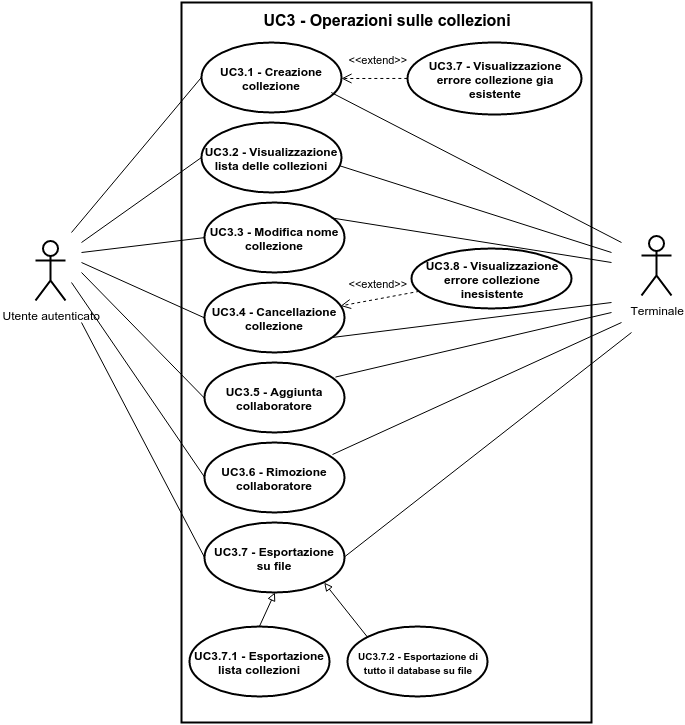
Before: img/UseCases/UC3.png, a diagram exported from draw.io (ScalateKids/Actorbase-Documents). Source tidied: cells renumbered, new cells last; positions are measured from the earlier drawing's top-left corner, leaving out a move shared by most shapes.
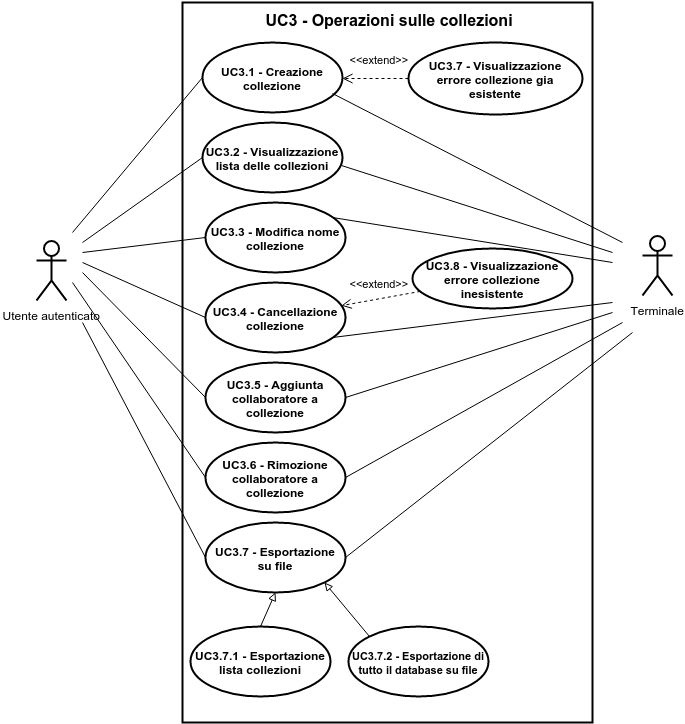
The same diagram one commit later.

Change to the diagram source:
```diff
@@ -5,138 +5,138 @@
     <mxCell id="2" style="html=1;shadow=0;glass=0;strokeWidth=2;fillColor=none;" parent="1" vertex="1">
       <mxGeometry x="146" width="410" height="720" as="geometry" />
     </mxCell>
-    <mxCell id="3" value="Utente autenticato" style="shape=umlActor;verticalLabelPosition=bottom;labelBackgroundColor=#ffffff;verticalAlign=top;html=1;shadow=0;glass=0;strokeWidth=2;fillColor=none;" parent="1" vertex="1">
-      <mxGeometry y="238" width="30" height="60" as="geometry" />
+    <mxCell id="3" value="&lt;b&gt;UC3.2 - Visualizzazione lista delle collezioni&lt;/b&gt;" style="ellipse;whiteSpace=wrap;html=1;shadow=0;glass=0;strokeWidth=2;fillColor=none;" parent="1" vertex="1">
+      <mxGeometry x="166" y="120" width="140" height="70" as="geometry" />
     </mxCell>
-    <mxCell id="4" value="&lt;b&gt;UC3.2 - Visualizzazione lista delle collezioni&lt;/b&gt;" style="ellipse;whiteSpace=wrap;html=1;shadow=0;glass=0;strokeWidth=2;fillColor=none;" parent="1" vertex="1">
-      <mxGeometry x="166" y="120" width="140" height="70" as="geometry" />
+    <mxCell id="4" value="&lt;b&gt;UC3.3 - Modifica nome collezione&lt;/b&gt;" style="ellipse;whiteSpace=wrap;html=1;shadow=0;glass=0;strokeWidth=2;fillColor=none;" parent="1" vertex="1">
+      <mxGeometry x="169" y="200" width="140" height="70" as="geometry" />
     </mxCell>
-    <mxCell id="5" value="&lt;b&gt;UC3.3 - Modifica nome collezione&lt;/b&gt;" style="ellipse;whiteSpace=wrap;html=1;shadow=0;glass=0;strokeWidth=2;fillColor=none;" parent="1" vertex="1">
-      <mxGeometry x="169" y="200" width="140" height="70" as="geometry" />
+    <mxCell id="5" value="&lt;b&gt;UC3.4 - Cancellazione collezione&lt;/b&gt;" style="ellipse;whiteSpace=wrap;html=1;shadow=0;glass=0;strokeWidth=2;fillColor=none;" parent="1" vertex="1">
+      <mxGeometry x="169" y="280" width="140" height="70" as="geometry" />
     </mxCell>
-    <mxCell id="6" value="&lt;b&gt;UC3.4 - Cancellazione collezione&lt;/b&gt;" style="ellipse;whiteSpace=wrap;html=1;shadow=0;glass=0;strokeWidth=2;fillColor=none;" parent="1" vertex="1">
-      <mxGeometry x="169" y="280" width="140" height="70" as="geometry" />
+    <mxCell id="6" value="&lt;b&gt;UC3.5 - Aggiunta collaboratore a collezione&lt;/b&gt;" style="ellipse;whiteSpace=wrap;html=1;shadow=0;glass=0;strokeWidth=2;fillColor=none;" parent="1" vertex="1">
+      <mxGeometry x="169" y="360" width="140" height="70" as="geometry" />
     </mxCell>
-    <mxCell id="7" value="&lt;b&gt;UC3.5 - Aggiunta collaboratore&lt;/b&gt;" style="ellipse;whiteSpace=wrap;html=1;shadow=0;glass=0;strokeWidth=2;fillColor=none;" parent="1" vertex="1">
-      <mxGeometry x="169" y="360" width="140" height="70" as="geometry" />
+    <mxCell id="7" value="&lt;b&gt;UC3.6 - Rimozione collaboratore a collezione&lt;/b&gt;" style="ellipse;whiteSpace=wrap;html=1;shadow=0;glass=0;strokeWidth=2;fillColor=none;" parent="1" vertex="1">
+      <mxGeometry x="169" y="440" width="140" height="70" as="geometry" />
     </mxCell>
-    <mxCell id="8" value="&lt;b&gt;UC3.6 - Rimozione collaboratore&lt;/b&gt;" style="ellipse;whiteSpace=wrap;html=1;shadow=0;glass=0;strokeWidth=2;fillColor=none;" parent="1" vertex="1">
-      <mxGeometry x="169" y="440" width="140" height="70" as="geometry" />
+    <mxCell id="8" value="&lt;b&gt;UC3.1 - Creazione collezione&lt;/b&gt;" style="ellipse;whiteSpace=wrap;html=1;shadow=0;glass=0;strokeWidth=2;fillColor=none;" parent="1" vertex="1">
+      <mxGeometry x="166" y="40" width="140" height="70" as="geometry" />
     </mxCell>
-    <mxCell id="9" value="&lt;b&gt;UC3.1 - Creazione collezione&lt;/b&gt;" style="ellipse;whiteSpace=wrap;html=1;shadow=0;glass=0;strokeWidth=2;fillColor=none;" parent="1" vertex="1">
-      <mxGeometry x="166" y="40" width="140" height="70" as="geometry" />
+    <mxCell id="9" style="endArrow=none;html=1;entryX=0;entryY=0.5;" parent="1" edge="1" target="8">
+      <mxGeometry x="440" y="-745" as="geometry">
+        <mxPoint x="36" y="230" as="sourcePoint" />
+      </mxGeometry>
     </mxCell>
-    <mxCell id="10" style="endArrow=none;html=1;entryX=0;entryY=0.5;" parent="1" edge="1" target="9">
-      <mxGeometry x="440" y="-745.5" as="geometry">
-        <mxPoint x="36" y="230" as="sourcePoint" />
+    <mxCell id="10" style="endArrow=none;html=1;entryX=0;entryY=0.5;" parent="1" edge="1" target="3">
+      <mxGeometry x="450" y="-665" as="geometry">
+        <mxPoint x="46" y="240" as="sourcePoint" />
       </mxGeometry>
     </mxCell>
     <mxCell id="11" style="endArrow=none;html=1;entryX=0;entryY=0.5;" parent="1" edge="1" target="4">
-      <mxGeometry x="450" y="-665.2" as="geometry">
-        <mxPoint x="46" y="240" as="sourcePoint" />
+      <mxGeometry x="450" y="-585" as="geometry">
+        <mxPoint x="46" y="250" as="sourcePoint" />
       </mxGeometry>
     </mxCell>
     <mxCell id="12" style="endArrow=none;html=1;entryX=0;entryY=0.5;" parent="1" edge="1" target="5">
-      <mxGeometry x="450" y="-584.9" as="geometry">
-        <mxPoint x="46" y="250" as="sourcePoint" />
+      <mxGeometry x="450" y="-560" as="geometry">
+        <mxPoint x="46" y="260" as="sourcePoint" />
       </mxGeometry>
     </mxCell>
     <mxCell id="13" style="endArrow=none;html=1;entryX=0;entryY=0.5;" parent="1" edge="1" target="6">
-      <mxGeometry x="450" y="-560" as="geometry">
-        <mxPoint x="46" y="260" as="sourcePoint" />
+      <mxGeometry x="450" y="-550" as="geometry">
+        <mxPoint x="46" y="270" as="sourcePoint" />
       </mxGeometry>
     </mxCell>
     <mxCell id="14" style="endArrow=none;html=1;entryX=0;entryY=0.5;" parent="1" edge="1" target="7">
-      <mxGeometry x="450" y="-550" as="geometry">
-        <mxPoint x="46" y="270" as="sourcePoint" />
+      <mxGeometry x="440" y="-540" as="geometry">
+        <mxPoint x="36" y="280" as="sourcePoint" />
       </mxGeometry>
     </mxCell>
-    <mxCell id="15" style="endArrow=none;html=1;entryX=0;entryY=0.5;" parent="1" edge="1" target="8">
-      <mxGeometry x="440" y="-540" as="geometry">
-        <mxPoint x="36" y="280" as="sourcePoint" />
-      </mxGeometry>
+    <mxCell id="15" value="&lt;font style=&quot;font-size: 16px&quot;&gt;UC3 - Operazioni sulle collezioni&lt;/font&gt;" style="text;html=1;strokeColor=none;fillColor=none;align=center;verticalAlign=middle;whiteSpace=wrap;overflow=hidden;fontStyle=1;" parent="1" vertex="1">
+      <mxGeometry x="216" y="4" width="270" height="25" as="geometry" />
     </mxCell>
-    <mxCell id="16" value="&lt;font style=&quot;font-size: 16px&quot;&gt;UC3 - Operazioni sulle collezioni&lt;/font&gt;" style="text;html=1;strokeColor=none;fillColor=none;align=center;verticalAlign=middle;whiteSpace=wrap;overflow=hidden;fontStyle=1;" parent="1" vertex="1">
-      <mxGeometry x="216" y="4" width="270" height="25" as="geometry" />
+    <mxCell id="16" style="edgeStyle=orthogonalEdgeStyle;rounded=0;html=1;exitX=0.5;exitY=0.5;exitPerimeter=0;entryX=0.5;entryY=0.5;entryPerimeter=0;jettySize=auto;orthogonalLoop=1;" parent="1" edge="1" source="36" target="36">
+      <mxGeometry x="419" y="-552" as="geometry" />
     </mxCell>
-    <mxCell id="17" style="edgeStyle=orthogonalEdgeStyle;rounded=0;html=1;exitX=0.5;exitY=0.5;exitPerimeter=0;entryX=0.5;entryY=0.5;entryPerimeter=0;jettySize=auto;orthogonalLoop=1;" parent="1" edge="1" source="3" target="3">
-      <mxGeometry x="419.5" y="-552.5" as="geometry" />
+    <mxCell id="17" value="&lt;b&gt;UC3.7 - Visualizzazione errore collezione gia esistente&lt;/b&gt;" style="ellipse;whiteSpace=wrap;html=1;shadow=0;glass=0;strokeWidth=2;fillColor=none;" parent="1" vertex="1">
+      <mxGeometry x="372" y="40" width="174" height="72" as="geometry" />
     </mxCell>
-    <mxCell id="18" value="&lt;b&gt;UC3.7 - Visualizzazione errore collezione gia esistente&lt;/b&gt;" style="ellipse;whiteSpace=wrap;html=1;shadow=0;glass=0;strokeWidth=2;fillColor=none;" parent="1" vertex="1">
-      <mxGeometry x="372" y="40" width="174" height="72" as="geometry" />
+    <mxCell id="18" value="&amp;lt;&amp;lt;extend&amp;gt;&amp;gt;" style="html=1;verticalAlign=bottom;endArrow=open;dashed=1;endSize=8;strokeWidth=1;exitX=0;exitY=0.5;" parent="1" edge="1" source="17">
+      <mxGeometry x="710" y="-744" as="geometry">
+        <mxPoint x="306" y="76" as="targetPoint" />
+      </mxGeometry>
     </mxCell>
-    <mxCell id="19" value="&amp;lt;&amp;lt;extend&amp;gt;&amp;gt;" style="html=1;verticalAlign=bottom;endArrow=open;dashed=1;endSize=8;strokeWidth=1;exitX=0;exitY=0.5;" parent="1" edge="1" source="18">
-      <mxGeometry x="710" y="-744" as="geometry">
-        <mxPoint x="306" y="76" as="targetPoint" />
-      </mxGeometry>
+    <mxCell id="19" value="&lt;b&gt;UC3.8 - Visualizzazione errore collezione inesistente&lt;/b&gt;" style="ellipse;whiteSpace=wrap;html=1;shadow=0;glass=0;strokeWidth=2;fillColor=none;" parent="1" vertex="1">
+      <mxGeometry x="376" y="246" width="160" height="60" as="geometry" />
     </mxCell>
-    <mxCell id="20" value="&lt;b&gt;UC3.8 - Visualizzazione errore collezione inesistente&lt;/b&gt;" style="ellipse;whiteSpace=wrap;html=1;shadow=0;glass=0;strokeWidth=2;fillColor=none;" parent="1" vertex="1">
-      <mxGeometry x="376" y="246" width="160" height="60" as="geometry" />
+    <mxCell id="20" value="&amp;lt;&amp;lt;extend&amp;gt;&amp;gt;" style="html=1;verticalAlign=bottom;endArrow=open;dashed=1;endSize=8;strokeWidth=1;" parent="1" edge="1" source="19" target="5">
+      <mxGeometry x="708.9" y="-531.1" as="geometry" />
     </mxCell>
-    <mxCell id="21" value="&amp;lt;&amp;lt;extend&amp;gt;&amp;gt;" style="html=1;verticalAlign=bottom;endArrow=open;dashed=1;endSize=8;strokeWidth=1;" parent="1" edge="1" source="20" target="6">
-      <mxGeometry x="709.1" y="-531.2" as="geometry" />
+    <mxCell id="21" value="Terminale" style="shape=umlActor;verticalLabelPosition=bottom;labelBackgroundColor=#ffffff;verticalAlign=top;html=1;shadow=0;glass=0;strokeWidth=2;fillColor=none;" parent="1" vertex="1">
+      <mxGeometry x="606" y="233" width="30" height="60" as="geometry" />
     </mxCell>
-    <mxCell id="22" value="Terminale" style="shape=umlActor;verticalLabelPosition=bottom;labelBackgroundColor=#ffffff;verticalAlign=top;html=1;shadow=0;glass=0;strokeWidth=2;fillColor=none;" parent="1" vertex="1">
-      <mxGeometry x="606" y="233" width="30" height="60" as="geometry" />
+    <mxCell id="22" style="endArrow=none;html=1;strokeWidth=1;exitX=1;exitY=0.5;" parent="1" edge="1" source="7">
+      <mxGeometry x="713" y="-500" as="geometry">
+        <mxPoint x="586" y="320" as="targetPoint" />
+      </mxGeometry>
     </mxCell>
-    <mxCell id="23" style="endArrow=none;html=1;strokeWidth=1;" parent="1" edge="1">
-      <mxGeometry x="701" y="-500" as="geometry">
-        <mxPoint x="297" y="452" as="sourcePoint" />
-        <mxPoint x="586" y="320" as="targetPoint" />
+    <mxCell id="23" style="endArrow=none;html=1;strokeWidth=1;exitX=1;exitY=0.5;" parent="1" edge="1" source="6">
+      <mxGeometry x="713" y="-510" as="geometry">
+        <mxPoint x="576" y="310" as="targetPoint" />
       </mxGeometry>
     </mxCell>
-    <mxCell id="24" style="endArrow=none;html=1;strokeWidth=1;exitX=0.934;exitY=0.204;exitPerimeter=0;" parent="1" edge="1" source="7">
-      <mxGeometry x="704" y="-510" as="geometry">
-        <mxPoint x="576" y="310" as="targetPoint" />
+    <mxCell id="24" style="endArrow=none;html=1;strokeWidth=1;" parent="1" edge="1">
+      <mxGeometry x="700" y="-729" as="geometry">
+        <mxPoint x="296" y="91" as="sourcePoint" />
+        <mxPoint x="586" y="240" as="targetPoint" />
       </mxGeometry>
     </mxCell>
-    <mxCell id="25" style="endArrow=none;html=1;strokeWidth=1;exitX=0.929;exitY=0.714;exitPerimeter=0;" parent="1" edge="1" source="9">
-      <mxGeometry x="699.8" y="-730" as="geometry">
-        <mxPoint x="586" y="240" as="targetPoint" />
+    <mxCell id="25" style="endArrow=none;html=1;strokeWidth=1;exitX=0.99;exitY=0.612;exitPerimeter=0;" parent="1" edge="1" source="3">
+      <mxGeometry x="709" y="-657" as="geometry">
+        <mxPoint x="576" y="250" as="targetPoint" />
       </mxGeometry>
     </mxCell>
-    <mxCell id="26" style="endArrow=none;html=1;strokeWidth=1;exitX=0.99;exitY=0.612;exitPerimeter=0;" parent="1" edge="1" source="4">
-      <mxGeometry x="708.2" y="-656.7" as="geometry">
-        <mxPoint x="576" y="250" as="targetPoint" />
+    <mxCell id="26" style="endArrow=none;html=1;strokeWidth=1;exitX=0.904;exitY=0.219;exitPerimeter=0;" parent="1" edge="1" source="4">
+      <mxGeometry x="700" y="-605" as="geometry">
+        <mxPoint x="576" y="260" as="targetPoint" />
       </mxGeometry>
     </mxCell>
-    <mxCell id="27" style="endArrow=none;html=1;strokeWidth=1;exitX=0.904;exitY=0.219;exitPerimeter=0;" parent="1" edge="1" source="5">
-      <mxGeometry x="699.8" y="-604.6" as="geometry">
-        <mxPoint x="576" y="260" as="targetPoint" />
+    <mxCell id="27" style="endArrow=none;html=1;strokeWidth=1;exitX=0.904;exitY=0.785;exitPerimeter=0;" parent="1" edge="1" source="5">
+      <mxGeometry x="700" y="-520" as="geometry">
+        <mxPoint x="576" y="300" as="targetPoint" />
       </mxGeometry>
     </mxCell>
-    <mxCell id="28" style="endArrow=none;html=1;strokeWidth=1;exitX=0.904;exitY=0.785;exitPerimeter=0;" parent="1" edge="1" source="6">
-      <mxGeometry x="699.8" y="-520" as="geometry">
-        <mxPoint x="576" y="300" as="targetPoint" />
-      </mxGeometry>
+    <mxCell id="28" style="text;html=1;strokeColor=none;fillColor=none;align=left;verticalAlign=middle;spacingTop=-1;spacingLeft=4;spacingRight=4;labelPosition=right;" parent="1" vertex="1">
+      <mxGeometry x="366" y="610" width="20" height="14" as="geometry" />
     </mxCell>
-    <mxCell id="29" style="text;html=1;strokeColor=none;fillColor=none;align=left;verticalAlign=middle;spacingTop=-1;spacingLeft=4;spacingRight=4;labelPosition=right;points=[];portConstraint=eastwest;" parent="1" vertex="1">
-      <mxGeometry x="366" y="610" width="20" height="14" as="geometry" />
+    <mxCell id="29" value="&lt;b&gt;UC3.7 - Esportazione su file&lt;/b&gt;" style="ellipse;whiteSpace=wrap;html=1;shadow=0;glass=0;strokeWidth=2;fillColor=none;" parent="1" vertex="1">
+      <mxGeometry x="169" y="520" width="140" height="70" as="geometry" />
     </mxCell>
-    <mxCell id="30" value="&lt;b&gt;UC3.7 - Esportazione su file&lt;/b&gt;" style="ellipse;whiteSpace=wrap;html=1;shadow=0;glass=0;strokeWidth=2;fillColor=none;" parent="1" vertex="1">
-      <mxGeometry x="169" y="520" width="140" height="70" as="geometry" />
+    <mxCell id="30" style="endArrow=none;html=1;exitX=0;exitY=0.5;" parent="1" edge="1" source="29">
+      <mxGeometry x="450" y="-500" as="geometry">
+        <mxPoint x="46" y="320" as="targetPoint" />
+      </mxGeometry>
     </mxCell>
-    <mxCell id="31" style="endArrow=none;html=1;exitX=0;exitY=0.5;" parent="1" edge="1" source="30">
-      <mxGeometry x="450" y="-500" as="geometry">
-        <mxPoint x="46" y="320" as="targetPoint" />
+    <mxCell id="31" style="endArrow=none;html=1;exitX=1;exitY=0.5;" parent="1" edge="1" source="29">
+      <mxGeometry x="713" y="-490" as="geometry">
+        <mxPoint x="596" y="330" as="targetPoint" />
       </mxGeometry>
     </mxCell>
-    <mxCell id="32" style="endArrow=none;html=1;exitX=1;exitY=0.5;" parent="1" edge="1" source="30">
-      <mxGeometry x="712.5" y="-490" as="geometry">
-        <mxPoint x="596" y="330" as="targetPoint" />
-      </mxGeometry>
+    <mxCell id="32" value="&lt;b&gt;UC3.7.1 - Esportazione lista collezioni&lt;/b&gt;" style="ellipse;whiteSpace=wrap;html=1;shadow=0;glass=0;strokeWidth=2;fillColor=none;" parent="1" vertex="1">
+      <mxGeometry x="154" y="624" width="140" height="70" as="geometry" />
     </mxCell>
-    <mxCell id="33" value="&lt;b&gt;UC3.7.1 - Esportazione lista collezioni&lt;/b&gt;" style="ellipse;whiteSpace=wrap;html=1;shadow=0;glass=0;strokeWidth=2;fillColor=none;" parent="1" vertex="1">
-      <mxGeometry x="154" y="624" width="140" height="70" as="geometry" />
+    <mxCell id="33" value="&lt;b&gt;&lt;font style=&quot;font-size: 11px&quot;&gt;UC3.7.2 - Esportazione di tutto il database su file&lt;/font&gt;&lt;/b&gt;" style="ellipse;whiteSpace=wrap;html=1;shadow=0;glass=0;strokeWidth=2;fillColor=none;" parent="1" vertex="1">
+      <mxGeometry x="312" y="624" width="140" height="70" as="geometry" />
     </mxCell>
-    <mxCell id="34" value="&lt;b&gt;&lt;font style=&quot;font-size: 10px&quot;&gt;UC3.7.2 - Esportazione di tutto il database su file&lt;/font&gt;&lt;/b&gt;" style="ellipse;whiteSpace=wrap;html=1;shadow=0;glass=0;strokeWidth=2;fillColor=none;" parent="1" vertex="1">
-      <mxGeometry x="312" y="624" width="140" height="70" as="geometry" />
+    <mxCell id="34" style="rounded=0;html=1;exitX=0;exitY=0;entryX=1;entryY=1;jettySize=auto;endArrow=block;endFill=0;" parent="1" edge="1" source="33" target="29">
+      <mxGeometry x="692" y="-240" as="geometry" />
     </mxCell>
-    <mxCell id="35" style="rounded=0;html=1;exitX=0;exitY=0;entryX=1;entryY=1;jettySize=auto;endArrow=block;endFill=0;" parent="1" edge="1" source="34" target="30">
-      <mxGeometry x="692.7" y="-239.8" as="geometry" />
+    <mxCell id="35" style="endArrow=block;html=1;strokeWidth=1;entryX=0.5;entryY=1;exitX=0.5;exitY=0;endFill=0;" parent="1" edge="1" source="32" target="29">
+      <mxGeometry x="628" y="-230" as="geometry" />
     </mxCell>
-    <mxCell id="36" style="endArrow=block;html=1;strokeWidth=1;entryX=0.5;entryY=1;exitX=0.5;exitY=0;endFill=0;" parent="1" edge="1" source="33" target="30">
-      <mxGeometry x="627.9" y="-230" as="geometry" />
+    <mxCell id="36" value="Utente autenticato" style="shape=umlActor;verticalLabelPosition=bottom;labelBackgroundColor=#ffffff;verticalAlign=top;html=1;shadow=0;glass=0;strokeWidth=2;fillColor=none;" parent="1" vertex="1">
+      <mxGeometry y="238" width="30" height="60" as="geometry" />
     </mxCell>
   </root>
 </mxGraphModel>
```
